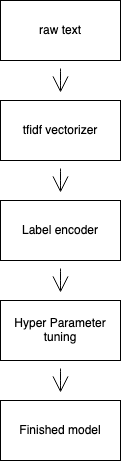
The draw.io diagram pipeline_images/xgboost_binary.drawio.png in shermanleejm/IS460, before a commit. Source tidied: cells renumbered, new cells last; positions are measured from the earlier drawing's top-left corner, leaving out a move shared by most shapes. Source of this version:
```xml
<mxGraphModel>
  <root>
    <mxCell id="0" />
    <mxCell id="1" parent="0" />
    <mxCell id="2" style="edgeStyle=none;curved=1;rounded=0;jettySize=auto;html=1;endArrow=open;startSize=14;endSize=14;sourcePerimeterSpacing=8;targetPerimeterSpacing=8;" parent="1" edge="1" source="3" target="7">
      <mxGeometry relative="1" as="geometry" />
    </mxCell>
    <mxCell id="3" value="tfidf vectorizer" style="rounded=0;whiteSpace=wrap;html=1;hachureGap=4;" parent="1" vertex="1">
      <mxGeometry y="100" width="120" height="60" as="geometry" />
    </mxCell>
    <mxCell id="4" style="edgeStyle=none;curved=1;rounded=0;jettySize=auto;html=1;endArrow=open;startSize=14;endSize=14;sourcePerimeterSpacing=8;targetPerimeterSpacing=8;" parent="1" edge="1" source="5" target="3">
      <mxGeometry relative="1" as="geometry" />
    </mxCell>
    <mxCell id="5" value="raw text" style="rounded=0;whiteSpace=wrap;html=1;hachureGap=4;" parent="1" vertex="1">
      <mxGeometry width="120" height="60" as="geometry" />
    </mxCell>
    <mxCell id="6" style="edgeStyle=none;curved=1;rounded=0;jettySize=auto;html=1;endArrow=open;startSize=14;endSize=14;sourcePerimeterSpacing=8;targetPerimeterSpacing=8;" parent="1" edge="1" source="7" target="9">
      <mxGeometry relative="1" as="geometry" />
    </mxCell>
    <mxCell id="7" value="Label encoder" style="rounded=0;whiteSpace=wrap;html=1;hachureGap=4;" parent="1" vertex="1">
      <mxGeometry y="200" width="120" height="60" as="geometry" />
    </mxCell>
    <mxCell id="8" style="edgeStyle=none;curved=1;rounded=0;jettySize=auto;html=1;endArrow=open;startSize=14;endSize=14;sourcePerimeterSpacing=8;targetPerimeterSpacing=8;" parent="1" edge="1" source="9" target="10">
      <mxGeometry relative="1" as="geometry" />
    </mxCell>
    <mxCell id="9" value="Hyper Parameter tuning" style="whiteSpace=wrap;html=1;rounded=0;hachureGap=4;" parent="1" vertex="1">
      <mxGeometry y="300" width="120" height="60" as="geometry" />
    </mxCell>
    <mxCell id="10" value="Finished model" style="whiteSpace=wrap;html=1;rounded=0;hachureGap=4;" parent="1" vertex="1">
      <mxGeometry y="400" width="120" height="60" as="geometry" />
    </mxCell>
  </root>
</mxGraphModel>
```
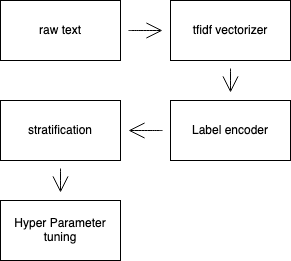
Above is the later version.

Change to the diagram source:
```diff
@@ -6,7 +6,7 @@
       <mxGeometry relative="1" as="geometry" />
     </mxCell>
     <mxCell id="3" value="tfidf vectorizer" style="rounded=0;whiteSpace=wrap;html=1;hachureGap=4;" parent="1" vertex="1">
-      <mxGeometry y="100" width="120" height="60" as="geometry" />
+      <mxGeometry x="170" width="120" height="60" as="geometry" />
     </mxCell>
     <mxCell id="4" style="edgeStyle=none;curved=1;rounded=0;jettySize=auto;html=1;endArrow=open;startSize=14;endSize=14;sourcePerimeterSpacing=8;targetPerimeterSpacing=8;" parent="1" edge="1" source="5" target="3">
       <mxGeometry relative="1" as="geometry" />
@@ -18,16 +18,16 @@
       <mxGeometry relative="1" as="geometry" />
     </mxCell>
     <mxCell id="7" value="Label encoder" style="rounded=0;whiteSpace=wrap;html=1;hachureGap=4;" parent="1" vertex="1">
-      <mxGeometry y="200" width="120" height="60" as="geometry" />
+      <mxGeometry x="170" y="100" width="120" height="60" as="geometry" />
     </mxCell>
     <mxCell id="8" style="edgeStyle=none;curved=1;rounded=0;jettySize=auto;html=1;endArrow=open;startSize=14;endSize=14;sourcePerimeterSpacing=8;targetPerimeterSpacing=8;" parent="1" edge="1" source="9" target="10">
       <mxGeometry relative="1" as="geometry" />
     </mxCell>
-    <mxCell id="9" value="Hyper Parameter tuning" style="whiteSpace=wrap;html=1;rounded=0;hachureGap=4;" parent="1" vertex="1">
-      <mxGeometry y="300" width="120" height="60" as="geometry" />
+    <mxCell id="9" value="stratification" style="whiteSpace=wrap;html=1;rounded=0;hachureGap=4;" parent="1" vertex="1">
+      <mxGeometry y="100" width="120" height="60" as="geometry" />
     </mxCell>
-    <mxCell id="10" value="Finished model" style="whiteSpace=wrap;html=1;rounded=0;hachureGap=4;" parent="1" vertex="1">
-      <mxGeometry y="400" width="120" height="60" as="geometry" />
+    <mxCell id="10" value="Hyper Parameter tuning" style="whiteSpace=wrap;html=1;rounded=0;hachureGap=4;" parent="1" vertex="1">
+      <mxGeometry y="200" width="120" height="60" as="geometry" />
     </mxCell>
   </root>
 </mxGraphModel>
```
